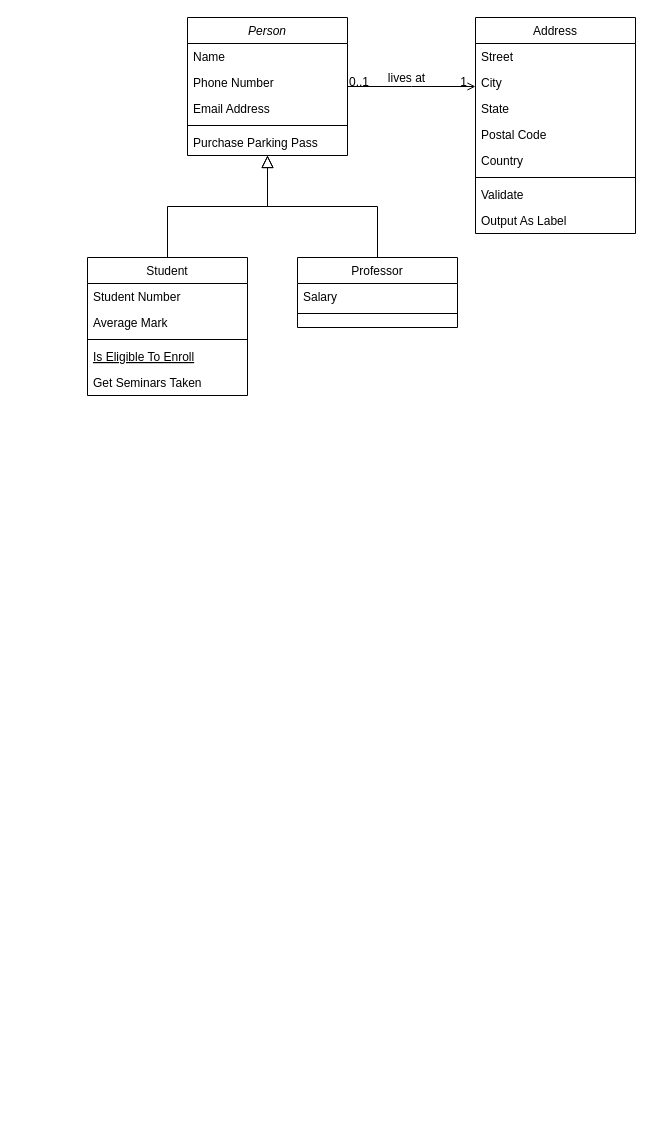
This is Untitled Diagram.drawio from abdann/polbot, a draw.io file, before an edit. Source tidied: cells renumbered, new cells numbered last; positions are measured from the earlier drawing's top-left corner, leaving out a move shared by most shapes. Both pictures are drawn from the tidied source at 100%, with x=0, y=0 at pixel (87, 17).
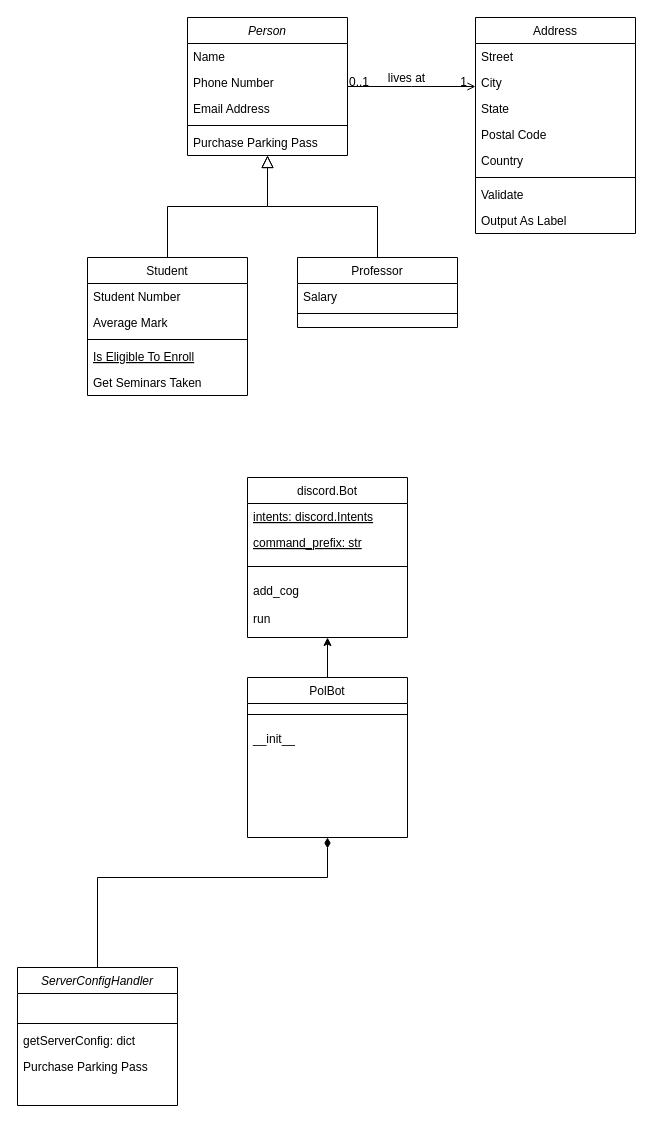
The same diagram, later.

What changed in the source:
```diff
@@
+    <mxCell id="32" value="ServerConfigHandler" style="swimlane;fontStyle=2;align=center;verticalAlign=top;horizontal=1;startSize=26;rounded=0;shadow=0;strokeWidth=1;" parent="1" vertex="1">
+      <mxGeometry x="-70" y="950" width="160" height="138" as="geometry" />
+    </mxCell>
+    <mxCell id="33" value="&#10;" style="text;align=left;verticalAlign=top;spacingLeft=4;spacingRight=4;overflow=hidden;rounded=0;shadow=0;html=0;" parent="32" vertex="1">
+      <mxGeometry y="26" width="160" height="26" as="geometry" />
+    </mxCell>
+    <mxCell id="34" style="line;html=1;strokeWidth=1;align=left;verticalAlign=middle;spacingTop=-1;spacingLeft=3;spacingRight=3;labelPosition=right;" parent="32" vertex="1">
+      <mxGeometry y="52" width="160" height="8" as="geometry" />
+    </mxCell>
+    <mxCell id="35" value="getServerConfig: dict" style="text;align=left;verticalAlign=top;spacingLeft=4;spacingRight=4;overflow=hidden;" parent="32" vertex="1">
+      <mxGeometry y="60" width="160" height="26" as="geometry" />
+    </mxCell>
+    <mxCell id="36" value="Purchase Parking Pass" style="text;align=left;verticalAlign=top;spacingLeft=4;spacingRight=4;overflow=hidden;" parent="32" vertex="1">
+      <mxGeometry y="86" width="160" height="26" as="geometry" />
+    </mxCell>
+    <mxCell id="37" style="endArrow=none;startArrow=diamondThin;endFill=0;startFill=1;html=1;verticalAlign=bottom;labelBackgroundColor=none;strokeWidth=1;startSize=8;endSize=8;rounded=0;entryX=0.5;entryY=0;entryDx=0;entryDy=0;exitX=0.5;exitY=1;exitDx=0;exitDy=0;" parent="1" edge="1" source="45" target="32">
+      <mxGeometry relative="1" as="geometry">
+        <Array as="points">
+          <mxPoint x="240" y="860" />
+          <mxPoint x="10" y="860" />
+        </Array>
+      </mxGeometry>
+    </mxCell>
+    <mxCell id="38" value="discord.Bot" style="swimlane;fontStyle=0;align=center;verticalAlign=top;horizontal=1;startSize=26;rounded=0;shadow=0;strokeWidth=1;" parent="1" vertex="1">
+      <mxGeometry x="160" y="460" width="160" height="160" as="geometry" />
+    </mxCell>
+    <mxCell id="39" value="intents: discord.Intents" style="text;align=left;verticalAlign=top;spacingLeft=4;spacingRight=4;overflow=hidden;fontStyle=4;" parent="38" vertex="1">
+      <mxGeometry y="26" width="160" height="26" as="geometry" />
+    </mxCell>
+    <mxCell id="40" value="command_prefix: str" style="text;align=left;verticalAlign=top;spacingLeft=4;spacingRight=4;overflow=hidden;fontStyle=4;" parent="38" vertex="1">
+      <mxGeometry y="52" width="160" height="26" as="geometry" />
+    </mxCell>
+    <mxCell id="41" style="line;html=1;strokeWidth=1;align=left;verticalAlign=middle;spacingTop=-1;spacingLeft=3;spacingRight=3;labelPosition=right;" parent="38" vertex="1">
+      <mxGeometry y="78" width="160" height="22" as="geometry" />
+    </mxCell>
+    <mxCell id="42" value="add_cog" style="text;align=left;verticalAlign=top;spacingLeft=4;spacingRight=4;overflow=hidden;" parent="38" vertex="1">
+      <mxGeometry y="100" width="160" height="28" as="geometry" />
+    </mxCell>
+    <mxCell id="43" value="run" style="text;align=left;verticalAlign=top;spacingLeft=4;spacingRight=4;overflow=hidden;" parent="38" vertex="1">
+      <mxGeometry y="128" width="160" height="28" as="geometry" />
+    </mxCell>
+    <mxCell id="44" style="edgeStyle=orthogonalEdgeStyle;rounded=0;jettySize=auto;html=1;entryX=0.5;entryY=1;entryDx=0;entryDy=0;" parent="1" edge="1" source="45" target="38">
+      <mxGeometry relative="1" as="geometry" />
+    </mxCell>
+    <mxCell id="45" value="PolBot" style="swimlane;fontStyle=0;align=center;verticalAlign=top;horizontal=1;startSize=26;rounded=0;shadow=0;strokeWidth=1;" parent="1" vertex="1">
+      <mxGeometry x="160" y="660" width="160" height="160" as="geometry" />
+    </mxCell>
+    <mxCell id="46" style="line;html=1;strokeWidth=1;align=left;verticalAlign=middle;spacingTop=-1;spacingLeft=3;spacingRight=3;labelPosition=right;" parent="45" vertex="1">
+      <mxGeometry y="26" width="160" height="22" as="geometry" />
+    </mxCell>
+    <mxCell id="47" value="__init__" style="text;align=left;verticalAlign=top;spacingLeft=4;spacingRight=4;overflow=hidden;" parent="45" vertex="1">
+      <mxGeometry y="48" width="160" height="28" as="geometry" />
+    </mxCell>
```
